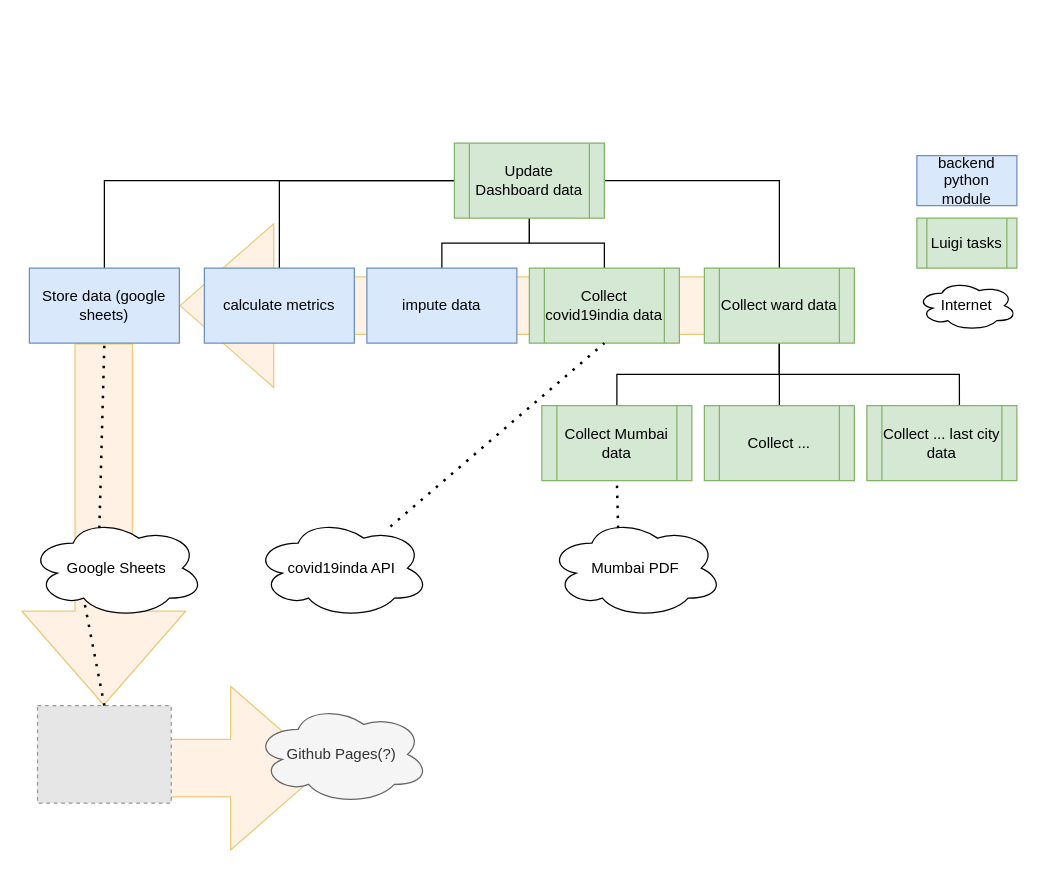
This is readme/Task diagram.drawio from swb-ief/etl-pipeline, a draw.io file, before an edit. Source tidied: cells renumbered, new cells numbered last; positions are measured from the earlier drawing's top-left corner, leaving out a move shared by most shapes. Both pictures are drawn from the tidied source at 125%, with x=0, y=0 at pixel (29, 142). Pictures stored in the file or linked from it are replaced by grey dashed boxes.
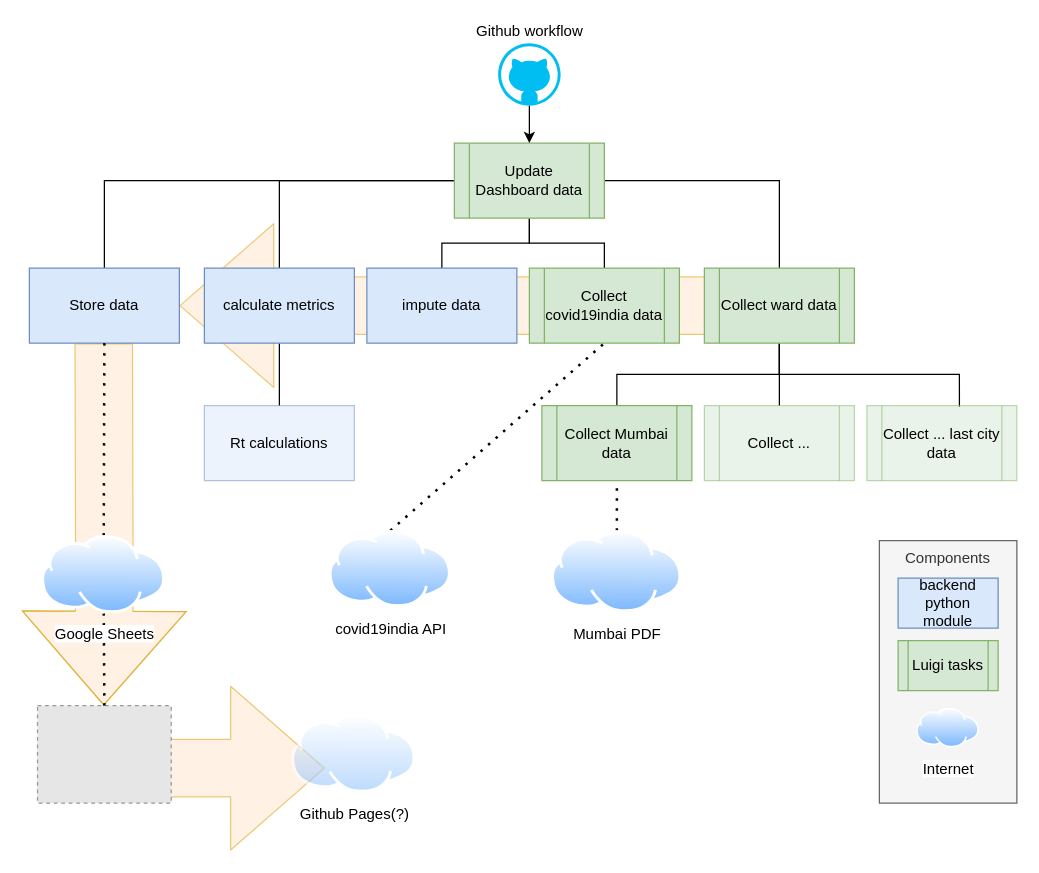
Above is the later version.

The change refers to these unchanged cells:
```xml
<mxCell id="10" value="Update Dashboard data" style="shape=process;whiteSpace=wrap;html=1;backgroundOutline=1;fillColor=#d5e8d4;strokeColor=#82b366;" parent="1" vertex="1">
  <mxGeometry x="340" width="120" height="60" as="geometry" />
</mxCell>
<mxCell id="18" value="Collect covid19india data" style="shape=process;whiteSpace=wrap;html=1;backgroundOutline=1;fillColor=#d5e8d4;strokeColor=#82b366;" parent="1" vertex="1">
  <mxGeometry x="400" y="100" width="120" height="60" as="geometry" />
</mxCell>
<mxCell id="21" value="Collect Mumbai data" style="shape=process;whiteSpace=wrap;html=1;backgroundOutline=1;fillColor=#d5e8d4;strokeColor=#82b366;" parent="1" vertex="1">
  <mxGeometry x="410" y="210" width="120" height="60" as="geometry" />
</mxCell>
<mxCell id="22" value="calculate metrics" style="rounded=0;whiteSpace=wrap;html=1;fillColor=#dae8fc;strokeColor=#6c8ebf;" parent="1" vertex="1">
  <mxGeometry x="140" y="100" width="120" height="60" as="geometry" />
</mxCell>
<mxCell id="30" style="fillColor=#E6E6E6;strokeColor=#999999;dashed=1;verticalLabelPosition=bottom;labelBackgroundColor=#ffffff;verticalAlign=top;" parent="1" vertex="1">
  <mxGeometry x="6.5" y="450" width="107" height="78" as="geometry" />
</mxCell>
```

Change to the diagram source:
```diff
@@
     <mxCell id="3" style="shape=flexArrow;endArrow=classic;html=1;endWidth=84;endSize=24.67;width=46;fillColor=#ffe6cc;strokeColor=#d79b00;opacity=50;" parent="1" edge="1">
       <mxGeometry relative="1" as="geometry">
         <mxPoint x="59.5" y="160" as="sourcePoint" />
         <mxPoint x="59.5" y="450" as="targetPoint" />
+        <Array as="points">
+          <mxPoint x="60" y="350" />
+        </Array>
       </mxGeometry>
     </mxCell>
@@
-    <mxCell id="15" value="Luigi tasks" style="shape=process;whiteSpace=wrap;html=1;backgroundOutline=1;fillColor=#d5e8d4;strokeColor=#82b366;" parent="1" vertex="1">
-      <mxGeometry x="710" y="60" width="80" height="40" as="geometry" />
-    </mxCell>
-    <mxCell id="16" value="backend python module" style="rounded=0;whiteSpace=wrap;html=1;fillColor=#dae8fc;strokeColor=#6c8ebf;" parent="1" vertex="1">
-      <mxGeometry x="710" y="10" width="80" height="40" as="geometry" />
-    </mxCell>
@@
-    <mxCell id="19" value="Collect ... last city data" style="shape=process;whiteSpace=wrap;html=1;backgroundOutline=1;fillColor=#d5e8d4;strokeColor=#82b366;" parent="1" vertex="1">
+    <mxCell id="19" value="Collect ... last city data" style="shape=process;whiteSpace=wrap;html=1;backgroundOutline=1;fillColor=#d5e8d4;strokeColor=#82b366;opacity=50;" parent="1" vertex="1">
       <mxGeometry x="670" y="210" width="120" height="60" as="geometry" />
     </mxCell>
-    <mxCell id="20" value="Collect ..." style="shape=process;whiteSpace=wrap;html=1;backgroundOutline=1;fillColor=#d5e8d4;strokeColor=#82b366;" parent="1" vertex="1">
+    <mxCell id="20" value="Collect ..." style="shape=process;whiteSpace=wrap;html=1;backgroundOutline=1;fillColor=#d5e8d4;strokeColor=#82b366;opacity=50;" parent="1" vertex="1">
       <mxGeometry x="540" y="210" width="120" height="60" as="geometry" />
     </mxCell>
@@
+    <mxCell id="34" style="edgeStyle=orthogonalEdgeStyle;rounded=0;jettySize=auto;html=1;exitX=0.5;exitY=1;exitDx=0;exitDy=0;entryX=0.5;entryY=0;entryDx=0;entryDy=0;endArrow=none;endFill=0;" parent="1" edge="1" source="22" target="37">
+      <mxGeometry relative="1" as="geometry" />
+    </mxCell>
@@
-    <mxCell id="23" value="Store data (google sheets)" style="rounded=0;whiteSpace=wrap;html=1;fillColor=#dae8fc;strokeColor=#6c8ebf;" parent="1" vertex="1">
+    <mxCell id="23" value="Store data" style="rounded=0;whiteSpace=wrap;html=1;fillColor=#dae8fc;strokeColor=#6c8ebf;" parent="1" vertex="1">
       <mxGeometry y="100" width="120" height="60" as="geometry" />
     </mxCell>
-    <mxCell id="24" value="covid19inda API" style="ellipse;shape=cloud;whiteSpace=wrap;html=1;" parent="1" vertex="1">
-      <mxGeometry x="180" y="300" width="140" height="80" as="geometry" />
-    </mxCell>
-    <mxCell id="25" value="Mumbai PDF" style="ellipse;shape=cloud;whiteSpace=wrap;html=1;" parent="1" vertex="1">
-      <mxGeometry x="415" y="300" width="140" height="80" as="geometry" />
-    </mxCell>
-    <mxCell id="26" style="endArrow=none;dashed=1;html=1;dashPattern=1 3;strokeWidth=2;entryX=0.5;entryY=1;entryDx=0;entryDy=0;exitX=0.4;exitY=0.1;exitDx=0;exitDy=0;exitPerimeter=0;" parent="1" edge="1" source="25" target="21">
+    <mxCell id="26" style="endArrow=none;dashed=1;html=1;dashPattern=1 3;strokeWidth=2;entryX=0.5;entryY=1;entryDx=0;entryDy=0;exitX=0.5;exitY=0;exitDx=0;exitDy=0;" parent="1" edge="1" source="25" target="21">
       <mxGeometry relative="1" as="geometry" />
     </mxCell>
-    <mxCell id="27" style="endArrow=none;dashed=1;html=1;dashPattern=1 3;strokeWidth=2;entryX=0.5;entryY=1;entryDx=0;entryDy=0;" parent="1" edge="1" source="24" target="18">
+    <mxCell id="27" style="endArrow=none;dashed=1;html=1;dashPattern=1 3;strokeWidth=2;entryX=0.5;entryY=1;entryDx=0;entryDy=0;exitX=0.5;exitY=0;exitDx=0;exitDy=0;" parent="1" edge="1" source="38" target="18">
       <mxGeometry relative="1" as="geometry" />
     </mxCell>
-    <mxCell id="28" value="Google Sheets" style="ellipse;shape=cloud;whiteSpace=wrap;html=1;" parent="1" vertex="1">
-      <mxGeometry y="300" width="140" height="80" as="geometry" />
-    </mxCell>
-    <mxCell id="29" style="endArrow=none;dashed=1;html=1;dashPattern=1 3;strokeWidth=2;entryX=0.5;entryY=1;entryDx=0;entryDy=0;exitX=0.4;exitY=0.1;exitDx=0;exitDy=0;exitPerimeter=0;endFill=0;startArrow=none;startFill=0;" parent="1" edge="1" source="28" target="23">
+    <mxCell id="29" style="endArrow=none;dashed=1;html=1;dashPattern=1 3;strokeWidth=2;entryX=0.5;entryY=1;entryDx=0;entryDy=0;exitX=0.5;exitY=0;exitDx=0;exitDy=0;endFill=0;startArrow=none;startFill=0;" parent="1" edge="1" source="28" target="23">
       <mxGeometry relative="1" as="geometry" />
     </mxCell>
@@
-    <mxCell id="31" style="endArrow=none;dashed=1;html=1;dashPattern=1 3;strokeWidth=2;entryX=0.31;entryY=0.8;entryDx=0;entryDy=0;entryPerimeter=0;exitX=0.5;exitY=0;exitDx=0;exitDy=0;startArrow=none;startFill=0;" parent="1" edge="1" source="30" target="28">
+    <mxCell id="31" style="endArrow=none;dashed=1;html=1;dashPattern=1 3;strokeWidth=2;entryX=0.5;entryY=1;entryDx=0;entryDy=0;exitX=0.5;exitY=0;exitDx=0;exitDy=0;startArrow=none;startFill=0;" parent="1" edge="1" source="30" target="28">
       <mxGeometry relative="1" as="geometry" />
     </mxCell>
+    <mxCell id="35" style="edgeStyle=orthogonalEdgeStyle;rounded=0;jettySize=auto;html=1;entryX=0.5;entryY=0;entryDx=0;entryDy=0;" parent="1" edge="1" source="36" target="10">
+      <mxGeometry relative="1" as="geometry" />
+    </mxCell>
+    <mxCell id="36" value="Github workflow" style="verticalLabelPosition=top;html=1;verticalAlign=bottom;align=center;strokeColor=none;fillColor=#00BEF2;shape=mxgraph.azure.github_code;labelPosition=center;" parent="1" vertex="1">
+      <mxGeometry x="375" y="-80" width="50" height="50" as="geometry" />
+    </mxCell>
+    <mxCell id="37" value="Rt calculations" style="rounded=0;whiteSpace=wrap;html=1;fillColor=#dae8fc;strokeColor=#6c8ebf;opacity=50;" parent="1" vertex="1">
+      <mxGeometry x="140" y="210" width="120" height="60" as="geometry" />
+    </mxCell>
+    <mxCell id="28" value="Google Sheets" style="perimeter=ellipsePerimeter;html=1;align=center;shadow=0;dashed=0;spacingTop=3;image;image=img/lib/active_directory/internet_cloud.svg;" parent="1" vertex="1">
+      <mxGeometry x="10" y="314" width="99" height="62.4" as="geometry" />
+    </mxCell>
+    <mxCell id="25" value="Mumbai PDF" style="perimeter=ellipsePerimeter;html=1;align=center;shadow=0;dashed=0;spacingTop=3;image;image=img/lib/active_directory/internet_cloud.svg;" parent="1" vertex="1">
+      <mxGeometry x="417.8" y="310" width="104.4" height="65.8" as="geometry" />
+    </mxCell>
+    <mxCell id="38" value="covid19india API" style="perimeter=ellipsePerimeter;html=1;align=center;shadow=0;dashed=0;spacingTop=3;image;image=img/lib/active_directory/internet_cloud.svg;" parent="1" vertex="1">
+      <mxGeometry x="240" y="310" width="97.6" height="61.5" as="geometry" />
+    </mxCell>
-    <mxCell id="32" value="Github Pages(?)" style="ellipse;shape=cloud;whiteSpace=wrap;html=1;fillColor=#f5f5f5;strokeColor=#666666;fontColor=#333333;" parent="1" vertex="1">
-      <mxGeometry x="180" y="449" width="140" height="80" as="geometry" />
+    <mxCell id="32" value="Github Pages(?)" style="perimeter=ellipsePerimeter;html=1;align=center;shadow=0;dashed=0;spacingTop=3;image;image=img/lib/active_directory/internet_cloud.svg;opacity=50;" parent="1" vertex="1">
+      <mxGeometry x="210" y="457.4" width="99.4" height="62.6" as="geometry" />
     </mxCell>
+    <mxCell id="39" style="group;" parent="1" vertex="1">
+      <mxGeometry x="680" y="318" width="110" height="210" as="geometry" />
+    </mxCell>
+    <mxCell id="40" value="Components" style="rounded=0;whiteSpace=wrap;html=1;verticalAlign=top;fillColor=#f5f5f5;strokeColor=#666666;fontColor=#333333;" parent="39" vertex="1">
+      <mxGeometry width="110" height="210" as="geometry" />
+    </mxCell>
+    <mxCell id="15" value="Luigi tasks" style="shape=process;whiteSpace=wrap;html=1;backgroundOutline=1;fillColor=#d5e8d4;strokeColor=#82b366;" parent="39" vertex="1">
+      <mxGeometry x="15" y="80" width="80" height="40" as="geometry" />
+    </mxCell>
+    <mxCell id="16" value="backend python module" style="rounded=0;whiteSpace=wrap;html=1;fillColor=#dae8fc;strokeColor=#6c8ebf;" parent="39" vertex="1">
+      <mxGeometry x="15" y="30" width="80" height="40" as="geometry" />
+    </mxCell>
-    <mxCell id="33" value="Internet" style="ellipse;shape=cloud;whiteSpace=wrap;html=1;" parent="1" vertex="1">
-      <mxGeometry x="710" y="110" width="80" height="40" as="geometry" />
+    <mxCell id="33" value="Internet" style="perimeter=ellipsePerimeter;html=1;align=center;shadow=0;dashed=0;spacingTop=3;image;image=img/lib/active_directory/internet_cloud.svg;" parent="39" vertex="1">
+      <mxGeometry x="30" y="134.2" width="50" height="31.5" as="geometry" />
     </mxCell>
```
